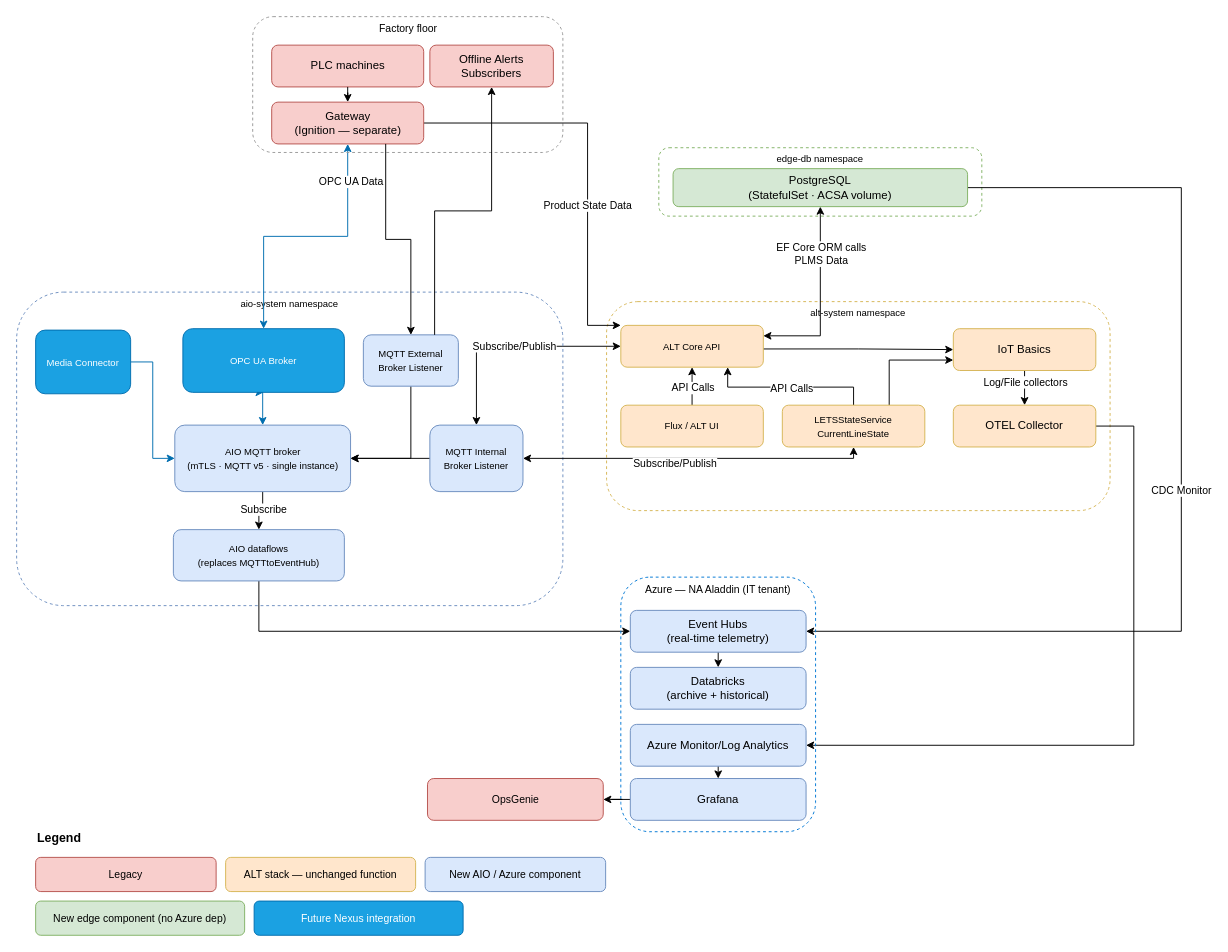
Before: page "Dataflow" (2 of 6) of aio/AIO.drawio in avinashr-insight/manufacturing-iot, a draw.io diagram. Source tidied: cells renumbered, new cells numbered last; positions are measured from the earlier drawing's top-left corner, leaving out a move shared by most shapes. Both pictures are drawn from the tidied source at 95%, with x=0, y=0 at pixel (16, 16).
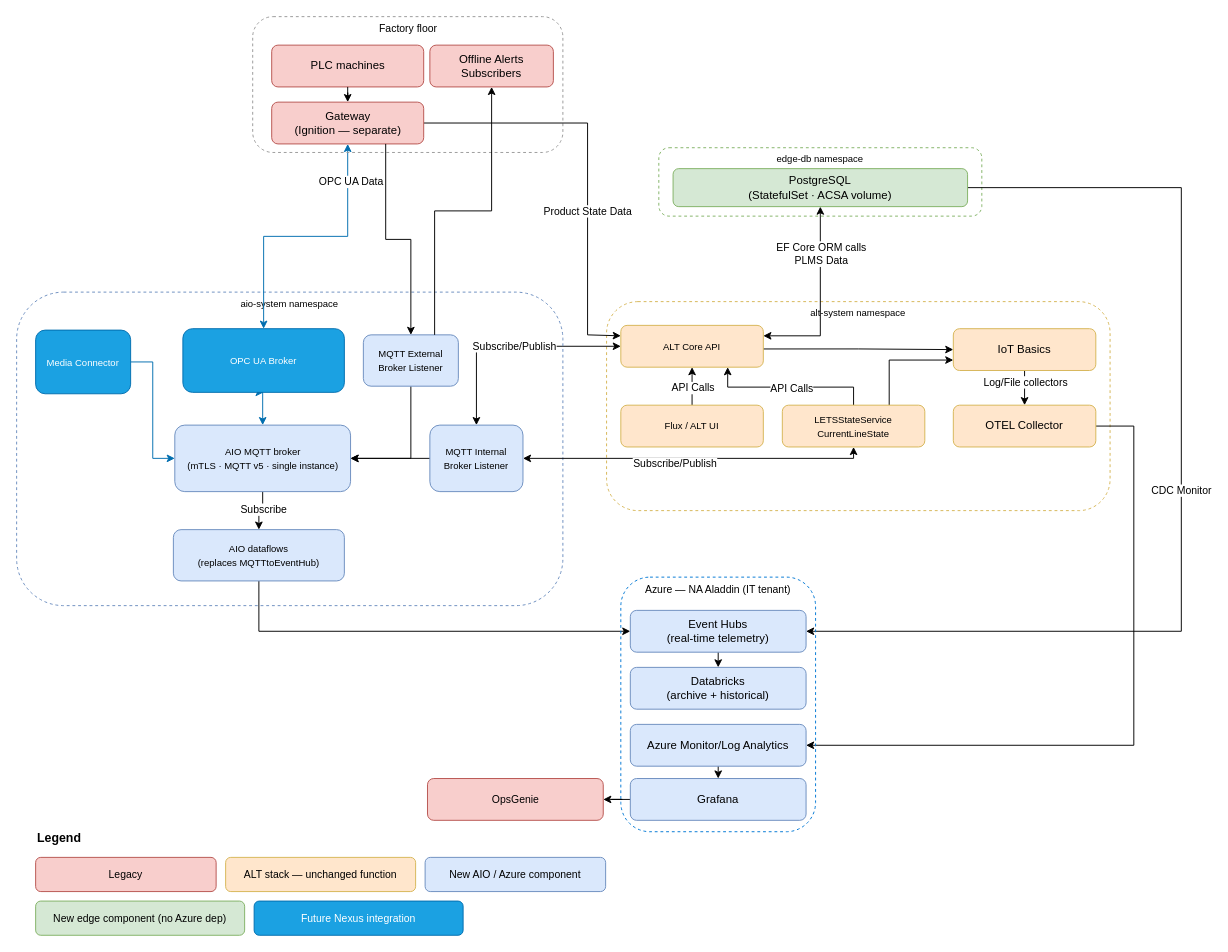
The same diagram, later.

The change refers to these unchanged cells:
```xml
<mxCell id="9" value="&lt;font style=&quot;font-size: 10px;&quot;&gt;ALT Core API&lt;/font&gt;" style="rounded=1;whiteSpace=wrap;html=1;fillColor=#ffe6cc;strokeColor=#d6b656;fontSize=12;" parent="1" vertex="1">
  <mxGeometry x="636" y="325" width="150" height="44" as="geometry" />
</mxCell>
<mxCell id="35" value="Gateway&lt;br&gt;(Ignition — separate)" style="rounded=1;whiteSpace=wrap;html=1;fillColor=#f8cecc;strokeColor=#b85450;fontSize=12;" parent="1" vertex="1">
  <mxGeometry x="268.5" y="90" width="160" height="44" as="geometry" />
</mxCell>
```

Change to the diagram source:
```diff
@@
-    <mxCell id="33" style="edgeStyle=orthogonalEdgeStyle;rounded=0;jettySize=auto;html=1;exitX=1;exitY=0.5;exitDx=0;exitDy=0;entryX=0;entryY=0;entryDx=0;entryDy=0;" parent="1" edge="1" source="35" target="9">
+    <mxCell id="33" style="edgeStyle=orthogonalEdgeStyle;rounded=0;jettySize=auto;html=1;exitX=1;exitY=0.5;exitDx=0;exitDy=0;entryX=0;entryY=0.25;entryDx=0;entryDy=0;" parent="1" edge="1" source="35" target="9">
       <mxGeometry relative="1" as="geometry">
         <Array as="points">
           <mxPoint x="601" y="112" />
-          <mxPoint x="601" y="325" />
+          <mxPoint x="601" y="335" />
+          <mxPoint x="636" y="335" />
         </Array>
       </mxGeometry>
     </mxCell>
```
